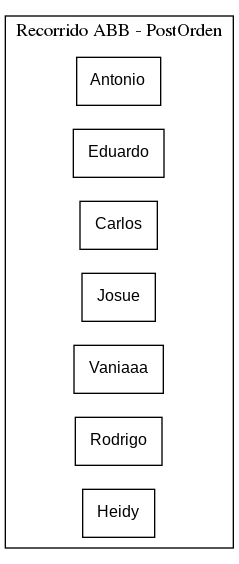
Earlier version of the Graphviz export EDD_1S2020_PY1_201213487/post.png (VaniaArgueta/EDD_1S2020_PY1_201213487). Its source is kept beside it as EDD_1S2020_PY1_201213487/post.dot. The source it was exported from:
```dot
digraph G{ rankdir = LR
node [shape=box fontsize=12 fontname="Arial"];
subgraph cluster1 {
label="Recorrido ABB - PostOrden";
node[label =" Antonio "]ABBAntonio;
node[label =" Eduardo "]ABBEduardo;
node[label =" Carlos "]ABBCarlos;
node[label =" Josue "]ABBJosue;
node[label =" Vaniaaa "]ABBVaniaaa;
node[label =" Rodrigo "]ABBRodrigo;
node[label =" Heidy "]ABBHeidy;
}
}
```
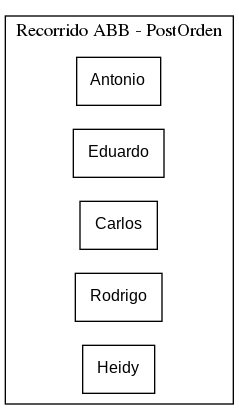
Later version of the same file.

The edit, as a diff of the source:
```diff
@@ -5,8 +5,6 @@
 node[label =" Antonio "]ABBAntonio;
 node[label =" Eduardo "]ABBEduardo;
 node[label =" Carlos "]ABBCarlos;
-node[label =" Josue "]ABBJosue;
-node[label =" Vaniaaa "]ABBVaniaaa;
 node[label =" Rodrigo "]ABBRodrigo;
 node[label =" Heidy "]ABBHeidy;
 }
```
